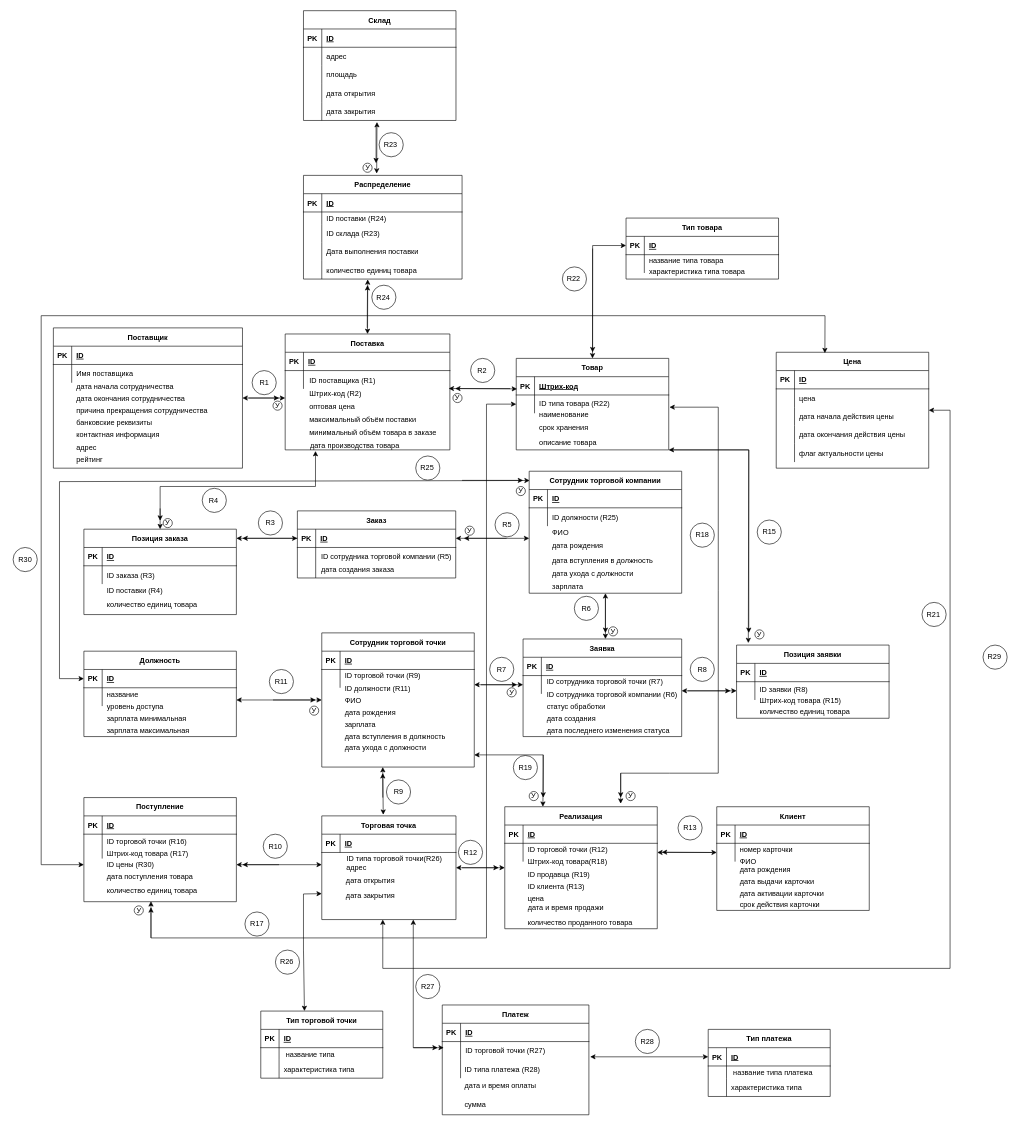
Above: docs/diagrams/ER.drawio in Wact/nstu-fami-7semester-dbes-project (draw.io), before the change. Source tidied: cells renumbered, new cells numbered last; positions are measured from the earlier drawing's top-left corner, leaving out a move shared by most shapes. Both pictures are drawn from the tidied source at 61%, with x=0, y=0 at pixel (10, 10).
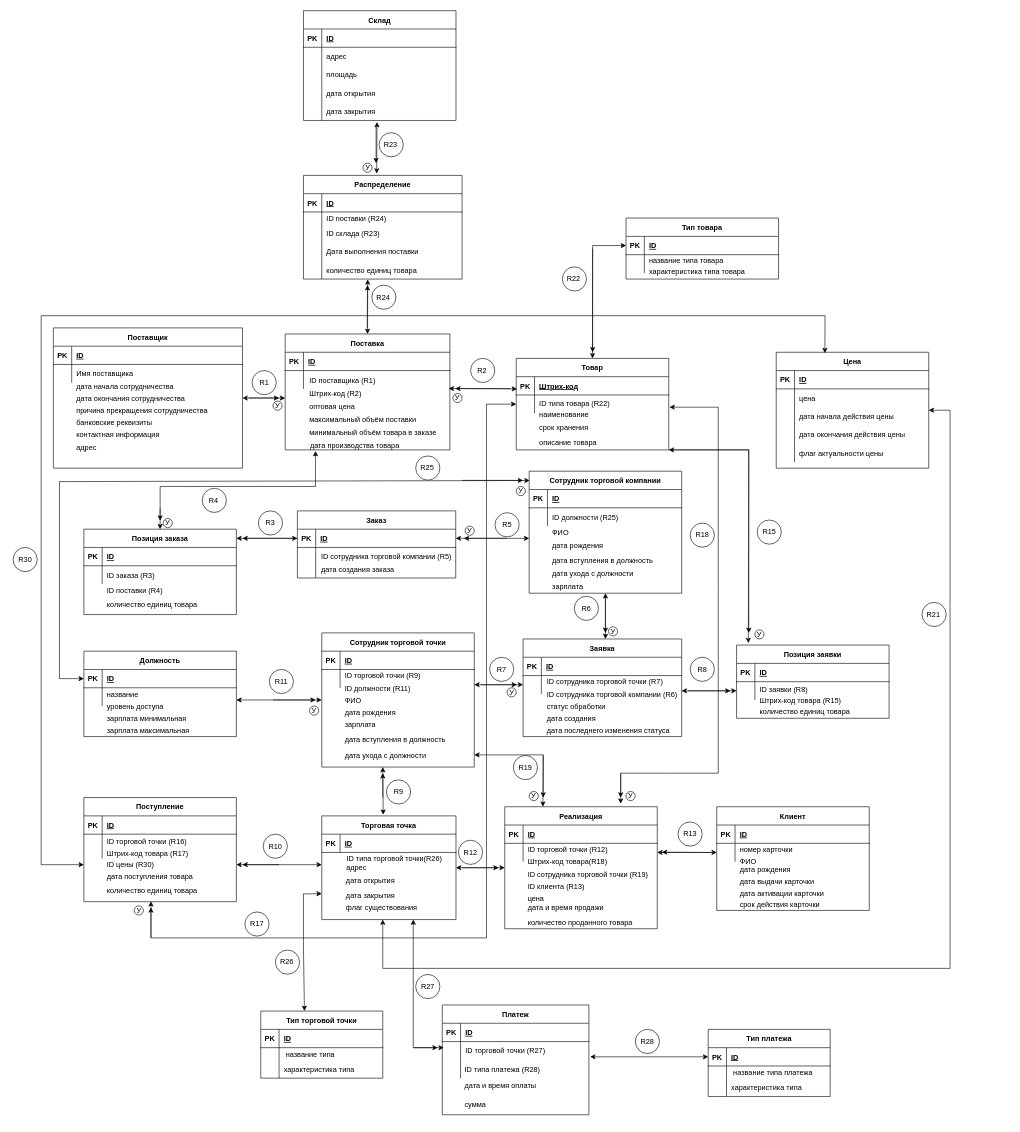
Above is the later version.

The change refers to these unchanged cells:
```xml
<mxCell id="84" style="group;" parent="1" vertex="1">
  <mxGeometry x="70" y="520" width="310" height="230" as="geometry" />
</mxCell>
<mxCell id="140" style="group;" parent="1" vertex="1">
  <mxGeometry x="510" y="1020" width="250" height="220" as="geometry" />
</mxCell>
<mxCell id="187" style="group;" parent="1" vertex="1">
  <mxGeometry x="810" y="1305" width="250" height="220" as="geometry" />
</mxCell>
<mxCell id="230" style="group;" parent="229" vertex="1">
  <mxGeometry width="220" height="180" as="geometry" />
</mxCell>
```

Change to the diagram source:
```diff
@@
-    <mxCell id="97" value="рейтинг" style="shape=partialRectangle;overflow=hidden;fillColor=none;top=0;left=0;bottom=0;right=0;align=left;spacingLeft=6;" parent="84" vertex="1">
-      <mxGeometry x="30" y="200" width="220" height="30" as="geometry" />
-    </mxCell>
@@
     <mxCell id="153" value="дата вступления в должность" style="shape=partialRectangle;overflow=hidden;fillColor=none;top=0;left=0;bottom=0;right=0;align=left;spacingLeft=6;" parent="140" vertex="1">
-      <mxGeometry x="30" y="160" width="220" height="20" as="geometry" />
+      <mxGeometry x="30" y="160" width="220" height="30" as="geometry" />
     </mxCell>
     <mxCell id="154" value="дата ухода с должности" style="shape=partialRectangle;overflow=hidden;fillColor=none;top=0;left=0;bottom=0;right=0;align=left;spacingLeft=6;" parent="140" vertex="1">
-      <mxGeometry x="30" y="177" width="220" height="20" as="geometry" />
+      <mxGeometry x="30" y="190" width="220" height="20" as="geometry" />
     </mxCell>
@@
-    <mxCell id="197" value="ID продавца (R19)" style="shape=partialRectangle;overflow=hidden;fillColor=none;top=0;left=0;bottom=0;right=0;align=left;spacingLeft=6;" parent="187" vertex="1">
+    <mxCell id="197" value="ID сотрудника торговой точки (R19)" style="shape=partialRectangle;overflow=hidden;fillColor=none;top=0;left=0;bottom=0;right=0;align=left;spacingLeft=6;" parent="187" vertex="1">
       <mxGeometry x="30" y="100" width="220" height="20" as="geometry" />
     </mxCell>
@@
+    <mxCell id="426" value="флаг существования" style="shape=partialRectangle;overflow=hidden;fillColor=none;top=0;left=0;bottom=0;right=0;align=left;spacingLeft=6;" parent="230" vertex="1">
+      <mxGeometry x="32" y="140" width="176.6" height="20" as="geometry" />
+    </mxCell>
@@
     <mxCell id="245" style="group;" parent="1" vertex="1">
-      <mxGeometry x="1090" y="1320" width="47.5" height="40" as="geometry" />
+      <mxGeometry x="1090" y="1330" width="47.5" height="40" as="geometry" />
     </mxCell>
@@
-    <mxCell id="404" style="group;" parent="1" vertex="1">
-      <mxGeometry x="1590" y="1040" width="47.5" height="40" as="geometry" />
-    </mxCell>
-    <mxCell id="405" style="ellipse;whiteSpace=wrap;html=1;labelBackgroundColor=#FFFFFF;align=left;" parent="404" vertex="1">
-      <mxGeometry x="4" width="39.6" height="39.6" as="geometry" />
-    </mxCell>
-    <mxCell id="406" value="R29" style="text;html=1;strokeColor=none;fillColor=none;align=center;verticalAlign=middle;whiteSpace=wrap;rounded=0;labelBackgroundColor=#FFFFFF;" parent="404" vertex="1">
-      <mxGeometry x="-1" y="8" width="47.5" height="24" as="geometry" />
-    </mxCell>
```
